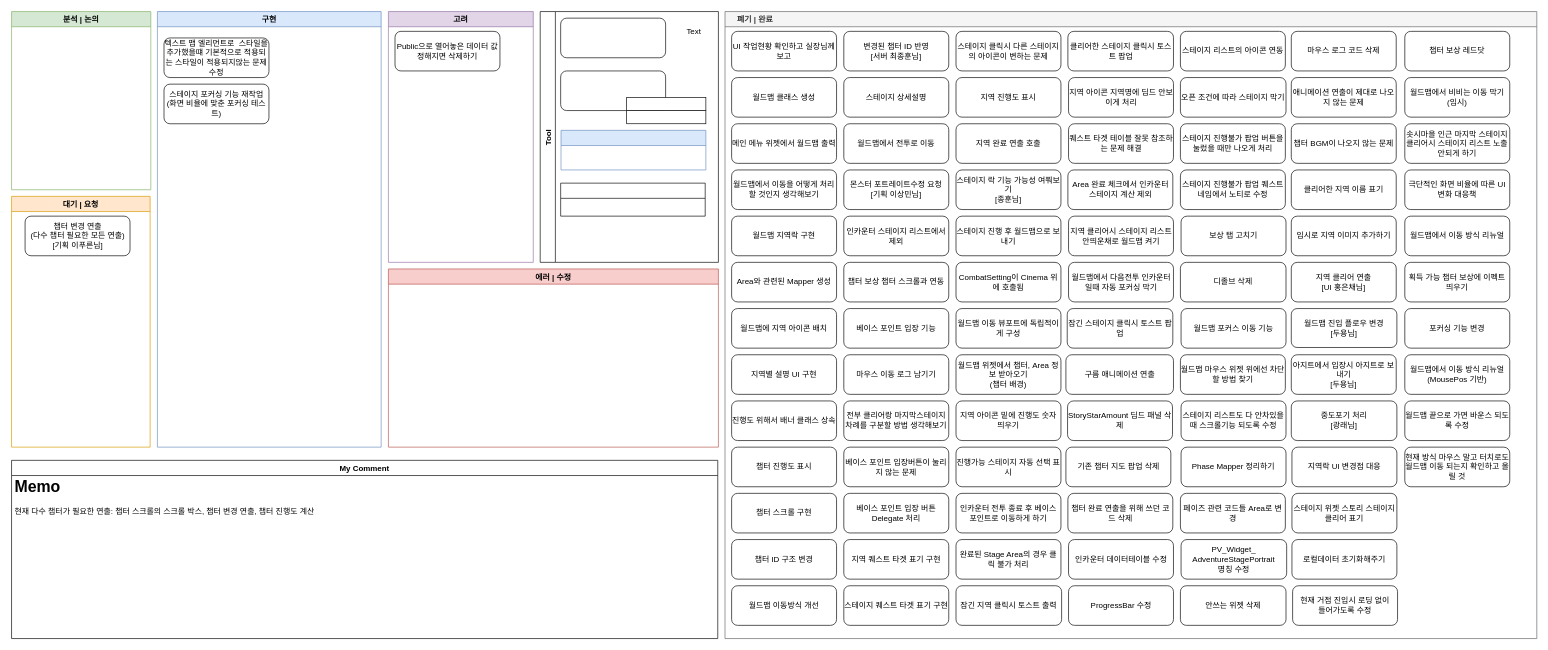
The draw.io diagram 월드맵 시스템 진행상황.drawio in Endorr/Job-Board, before the edit. Source tidied: cells renumbered, new cells numbered last; positions are measured from the earlier drawing's top-left corner, leaving out a move shared by most shapes. Both pictures are drawn from the tidied source at 66%, with x=0, y=0 at pixel (11, 11).
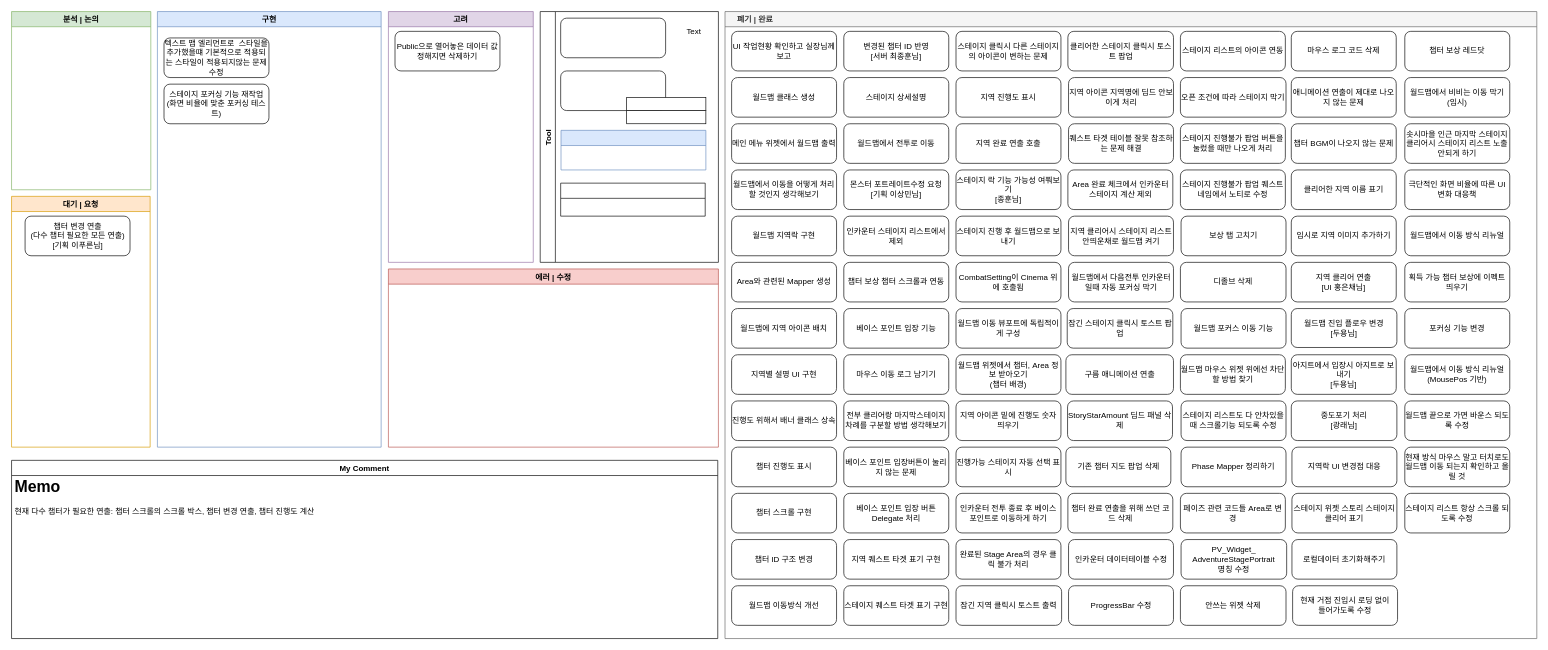
The same page after the edit.

Commit message:
Update 월드맵 시스템 진행상황.drawio

Unchanged cells that the change refers to:
```xml
<mxCell id="9" value="     폐기 | 완료" style="swimlane;strokeColor=#666666;fillColor=#f5f5f5;fontColor=#333333;align=left;" parent="1" vertex="1">
  <mxGeometry x="1081" width="1230" height="950" as="geometry" />
</mxCell>
```

Diff of the diagram source:
```diff
@@
+    <mxCell id="111" value="스테이지 리스트 항상 스크롤 되도록 수정" style="rounded=1;whiteSpace=wrap;html=1;" parent="9" vertex="1">
+      <mxGeometry x="1030" y="730" width="159" height="60" as="geometry" />
+    </mxCell>
```
